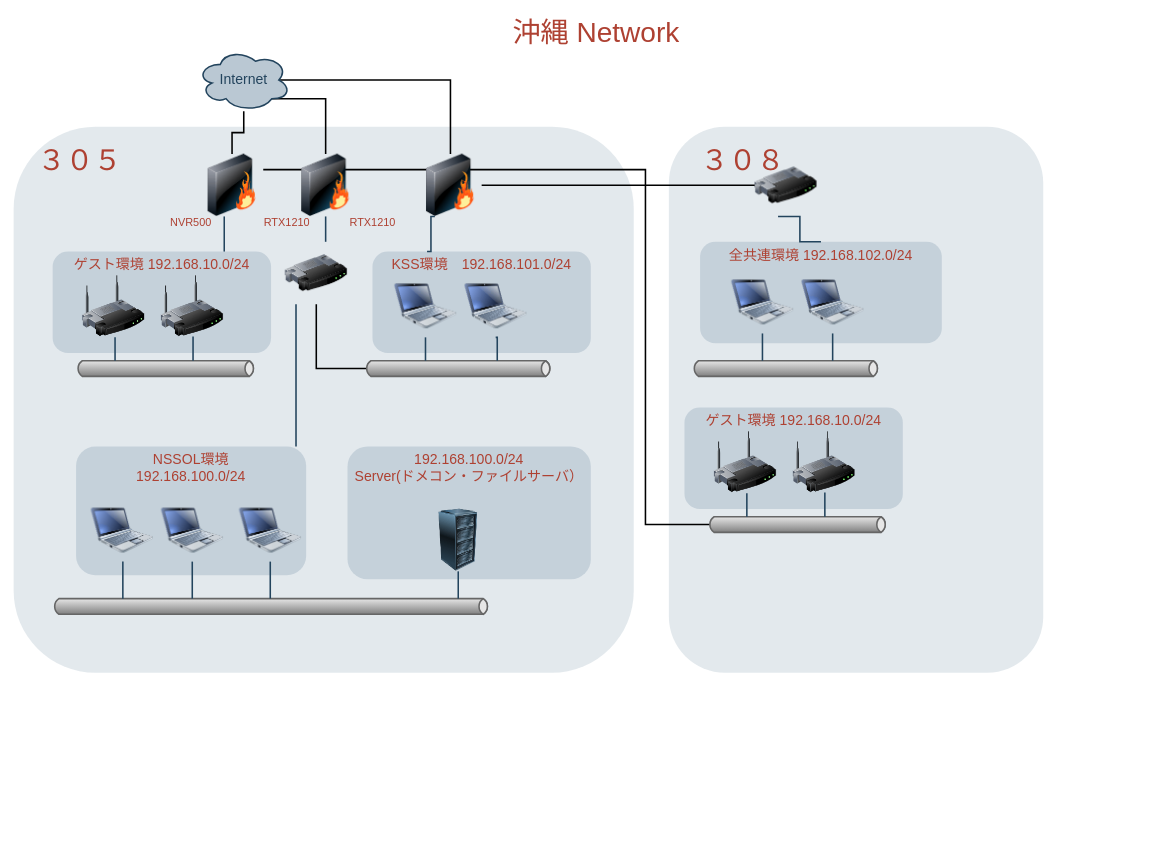
The draw.io diagram 0610Study/Untitled Diagram.drawio in oomorimotohiro/study-4, before the edit. Source tidied: cells renumbered, new cells numbered last; positions are measured from the earlier drawing's top-left corner, leaving out a move shared by most shapes. Both pictures are drawn from the tidied source at 78%, with x=0, y=0 at pixel (13, 13).
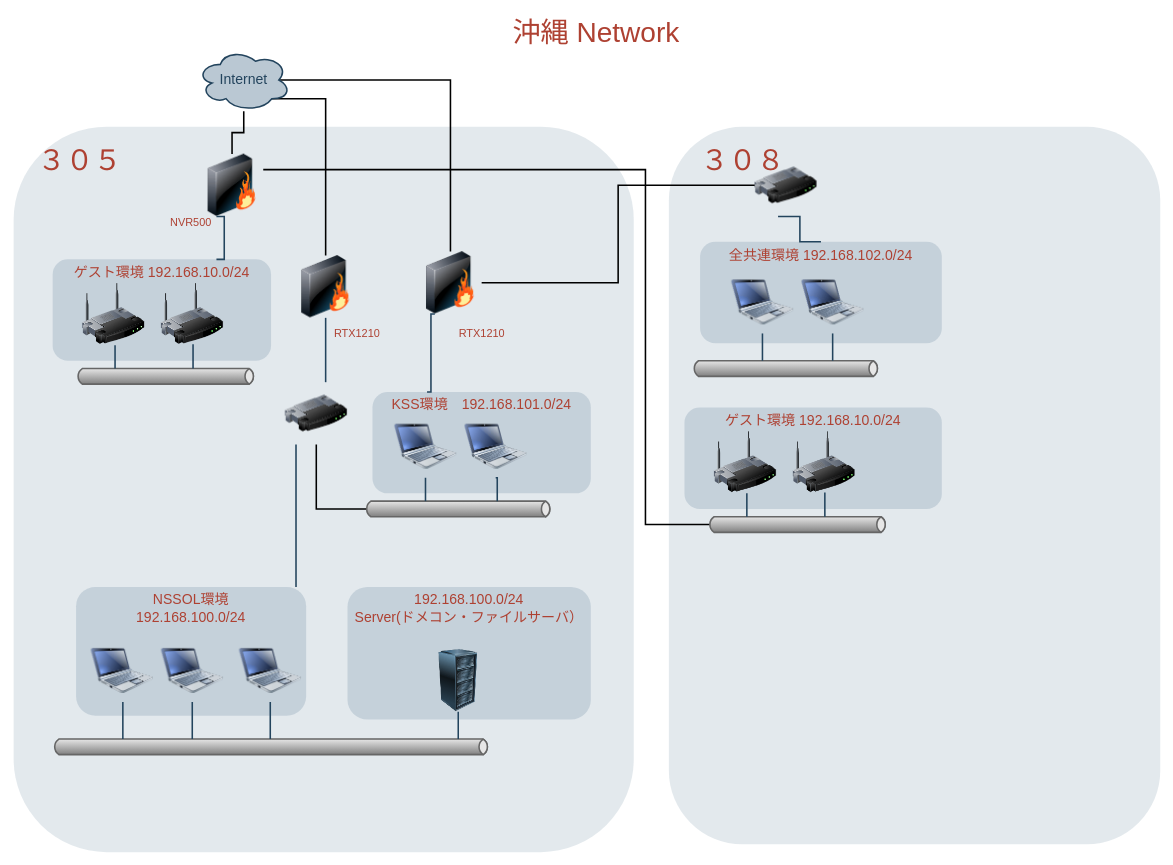
The same diagram, later.

Unchanged cells that the change refers to:
```xml
<mxCell id="20" style="image;html=1;image=img/lib/clip_art/networking/Firewall_128x128.png;shadow=0;strokeColor=#000000;fillColor=#FFFFFF;gradientColor=none;fontSize=18;fontColor=#F08705;fontStyle=0;" parent="1" vertex="1">
  <mxGeometry x="240" y="180" width="80" height="80" as="geometry" />
</mxCell>
```

Change to the diagram source:
```diff
@@
     <mxCell id="2" style="rounded=1;whiteSpace=wrap;html=1;shadow=0;strokeColor=none;fillColor=#BAC8D3;gradientColor=none;fontSize=18;fontColor=#F08705;opacity=40;fontStyle=0;strokeWidth=3;" parent="1" vertex="1">
-      <mxGeometry y="145" width="795" height="700" as="geometry" />
+      <mxGeometry y="145" width="795" height="930" as="geometry" />
     </mxCell>
     <mxCell id="3" value="&lt;span style=&quot;line-height: 17.1818180084229px&quot;&gt;ゲスト環境 192.168.10.0/24&lt;/span&gt;" style="rounded=1;whiteSpace=wrap;html=1;shadow=0;strokeColor=none;fillColor=#BAC8D3;gradientColor=none;fontSize=18;fontColor=#AE4132;verticalAlign=top;fontStyle=0;opacity=70;strokeWidth=3;" parent="1" vertex="1">
-      <mxGeometry x="50" y="305" width="280" height="130" as="geometry" />
+      <mxGeometry x="50" y="315" width="280" height="130" as="geometry" />
     </mxCell>
     <mxCell id="4" value="&lt;span style=&quot;line-height: 17.1818180084229px&quot;&gt;NSSOL環境&lt;br&gt;192.168.100.0/24&lt;br&gt;&lt;/span&gt;" style="rounded=1;whiteSpace=wrap;html=1;shadow=0;strokeColor=none;fillColor=#BAC8D3;gradientColor=none;fontSize=18;fontColor=#AE4132;verticalAlign=top;fontStyle=0;opacity=70;strokeWidth=3;" parent="1" vertex="1">
-      <mxGeometry x="80" y="555" width="295" height="165" as="geometry" />
+      <mxGeometry x="80" y="735" width="295" height="165" as="geometry" />
     </mxCell>
     <mxCell id="5" value="192.168.100.0/24&lt;br&gt;Server(ドメコン・ファイルサーバ）" style="rounded=1;whiteSpace=wrap;html=1;shadow=0;strokeColor=none;fillColor=#BAC8D3;gradientColor=none;fontSize=18;fontColor=#AE4132;verticalAlign=top;fontStyle=0;opacity=70;strokeWidth=3;" parent="1" vertex="1">
-      <mxGeometry x="428" y="555" width="312" height="170" as="geometry" />
+      <mxGeometry x="428" y="735" width="312" height="170" as="geometry" />
     </mxCell>
     <mxCell id="6" style="rounded=1;whiteSpace=wrap;html=1;shadow=0;strokeColor=none;fillColor=#BAC8D3;gradientColor=none;fontSize=18;fontColor=#AE4132;verticalAlign=bottom;fontStyle=0;opacity=40;strokeWidth=3;" parent="1" vertex="1">
-      <mxGeometry x="840" y="145" width="480" height="700" as="geometry" />
+      <mxGeometry x="840" y="145" width="630" height="920" as="geometry" />
     </mxCell>
@@
     <mxCell id="11" style="image;html=1;image=img/lib/clip_art/computers/Netbook_128x128.png;shadow=0;strokeColor=#000000;fillColor=#FFFFFF;gradientColor=none;fontSize=18;fontColor=#F08705;fontStyle=0;" parent="1" vertex="1">
-      <mxGeometry x="99" y="622.5" width="80" height="80" as="geometry" />
+      <mxGeometry x="99" y="802.5" width="80" height="80" as="geometry" />
     </mxCell>
     <mxCell id="12" style="image;html=1;image=img/lib/clip_art/computers/Netbook_128x128.png;shadow=0;strokeColor=#000000;fillColor=#FFFFFF;gradientColor=none;fontSize=18;fontColor=#F08705;fontStyle=0;" parent="1" vertex="1">
-      <mxGeometry x="189" y="622.5" width="80" height="80" as="geometry" />
+      <mxGeometry x="189" y="802.5" width="80" height="80" as="geometry" />
     </mxCell>
     <mxCell id="13" style="image;html=1;image=img/lib/clip_art/computers/Netbook_128x128.png;shadow=0;strokeColor=#000000;fillColor=#FFFFFF;gradientColor=none;fontSize=18;fontColor=#F08705;fontStyle=0;" parent="1" vertex="1">
-      <mxGeometry x="289" y="622.5" width="80" height="80" as="geometry" />
+      <mxGeometry x="289" y="802.5" width="80" height="80" as="geometry" />
     </mxCell>
     <mxCell id="14" style="image;html=1;image=img/lib/clip_art/computers/Server_Rack_128x128.png;shadow=0;strokeColor=#000000;fillColor=#FFFFFF;gradientColor=none;fontSize=18;fontColor=#F08705;fontStyle=0;" parent="1" vertex="1">
-      <mxGeometry x="530" y="635" width="80" height="80" as="geometry" />
+      <mxGeometry x="530" y="815" width="80" height="80" as="geometry" />
     </mxCell>
     <mxCell id="15" style="strokeWidth=2;strokeColor=#666666;dashed=0;align=center;html=1;fontSize=8;shape=mxgraph.eip.messageChannel;shadow=0;fillColor=#FFFFFF;gradientColor=none;fontColor=#F08705;fontStyle=0;" parent="1" vertex="1">
-      <mxGeometry x="50" y="750" width="560" height="20" as="geometry" />
+      <mxGeometry x="50" y="930" width="560" height="20" as="geometry" />
     </mxCell>
     <mxCell id="16" style="image;html=1;image=img/lib/clip_art/networking/Router_128x128.png;shadow=0;strokeColor=#000000;fillColor=#FFFFFF;gradientColor=none;fontSize=18;fontColor=#F08705;fontStyle=0;" parent="1" vertex="1">
-      <mxGeometry x="348" y="292.5" width="80" height="80" as="geometry" />
+      <mxGeometry x="348" y="472.5" width="80" height="80" as="geometry" />
     </mxCell>
     <mxCell id="17" style="image;html=1;image=img/lib/clip_art/networking/Wireless_Router_128x128.png;shadow=0;strokeColor=#000000;fillColor=#FFFFFF;gradientColor=none;fontSize=18;fontColor=#F08705;fontStyle=0;" parent="1" vertex="1">
-      <mxGeometry x="88" y="335" width="80" height="80" as="geometry" />
+      <mxGeometry x="88" y="345" width="80" height="80" as="geometry" />
     </mxCell>
@@
     <mxCell id="31" style="image;html=1;image=img/lib/clip_art/networking/Firewall_128x128.png;shadow=0;strokeColor=#000000;fillColor=#FFFFFF;gradientColor=none;fontSize=18;fontColor=#F08705;fontStyle=0;" parent="1" vertex="1">
-      <mxGeometry x="520" y="180" width="80" height="80" as="geometry" />
+      <mxGeometry x="520" y="305" width="80" height="80" as="geometry" />
     </mxCell>
     <mxCell id="32" style="edgeStyle=elbowEdgeStyle;strokeWidth=2;rounded=0;endArrow=none;startArrow=none;startSize=10;endSize=10;dashed=0;html=1;strokeColor=#23445D;fontSize=18;fontColor=#F08705;startFill=0;endFill=0;fontStyle=0;" parent="1" edge="1" source="11" target="15">
       <mxGeometry relative="1" as="geometry">
         <Array as="points">
-          <mxPoint x="140" y="746" />
+          <mxPoint x="140" y="926" />
         </Array>
       </mxGeometry>
     </mxCell>
     <mxCell id="33" style="image;html=1;image=img/lib/clip_art/networking/Firewall_128x128.png;shadow=0;strokeColor=#000000;fillColor=#FFFFFF;gradientColor=none;fontSize=18;fontColor=#F08705;fontStyle=0;" parent="1" vertex="1">
-      <mxGeometry x="360" y="180" width="80" height="80" as="geometry" />
+      <mxGeometry x="360" y="310" width="80" height="80" as="geometry" />
     </mxCell>
     <mxCell id="34" style="image;html=1;image=img/lib/clip_art/networking/Wireless_Router_128x128.png;shadow=0;strokeColor=#000000;fillColor=#FFFFFF;gradientColor=none;fontSize=18;fontColor=#F08705;fontStyle=0;" parent="1" vertex="1">
-      <mxGeometry x="189" y="335" width="80" height="80" as="geometry" />
+      <mxGeometry x="189" y="345" width="80" height="80" as="geometry" />
     </mxCell>
-    <mxCell id="35" style="edgeStyle=elbowEdgeStyle;strokeWidth=2;rounded=0;endArrow=none;startArrow=none;startSize=10;endSize=10;dashed=0;html=1;strokeColor=#23445D;fontSize=18;fontColor=#F08705;startFill=0;endFill=0;fontStyle=0;" parent="1" edge="1" target="20">
+    <mxCell id="35" style="edgeStyle=elbowEdgeStyle;strokeWidth=2;rounded=0;endArrow=none;startArrow=none;startSize=10;endSize=10;dashed=0;html=1;strokeColor=#23445D;fontSize=18;fontColor=#F08705;startFill=0;endFill=0;fontStyle=0;entryX=0.75;entryY=0;entryDx=0;entryDy=0;exitX=0.25;exitY=1;exitDx=0;exitDy=0;" parent="1" edge="1" source="20" target="3">
       <mxGeometry relative="1" as="geometry">
-        <mxPoint x="270" y="305" as="sourcePoint" />
         <Array as="points">
           <mxPoint x="270" y="305" />
         </Array>
       </mxGeometry>
     </mxCell>
     <mxCell id="36" style="strokeWidth=2;strokeColor=#666666;dashed=0;align=center;html=1;fontSize=8;shape=mxgraph.eip.messageChannel;shadow=0;fillColor=#FFFFFF;gradientColor=none;fontColor=#F08705;fontStyle=0;" parent="1" vertex="1">
-      <mxGeometry x="80" y="445" width="230" height="20" as="geometry" />
+      <mxGeometry x="80" y="455" width="230" height="20" as="geometry" />
     </mxCell>
     <mxCell id="37" style="edgeStyle=elbowEdgeStyle;strokeWidth=2;rounded=0;endArrow=none;startArrow=none;startSize=10;endSize=10;dashed=0;html=1;strokeColor=#23445D;fontSize=18;fontColor=#F08705;startFill=0;endFill=0;fontStyle=0;" parent="1" edge="1" target="36">
       <mxGeometry relative="1" as="geometry">
-        <mxPoint x="130" y="415" as="sourcePoint" />
+        <mxPoint x="130" y="425" as="sourcePoint" />
         <Array as="points">
-          <mxPoint x="130" y="415" />
-          <mxPoint x="108.5" y="548.5" />
+          <mxPoint x="130" y="425" />
+          <mxPoint x="108.5" y="558.5" />
         </Array>
       </mxGeometry>
     </mxCell>
     <mxCell id="38" style="edgeStyle=elbowEdgeStyle;strokeWidth=2;rounded=0;endArrow=none;startArrow=none;startSize=10;endSize=10;dashed=0;html=1;strokeColor=#23445D;fontSize=18;fontColor=#F08705;startFill=0;endFill=0;fontStyle=0;exitX=0.5;exitY=1;exitDx=0;exitDy=0;entryX=0;entryY=0;entryDx=150;entryDy=0;entryPerimeter=0;" parent="1" edge="1" source="34" target="36">
       <mxGeometry relative="1" as="geometry">
         <Array as="points">
-          <mxPoint x="230" y="435" />
-          <mxPoint x="118.5" y="558.5" />
+          <mxPoint x="230" y="445" />
+          <mxPoint x="118.5" y="568.5" />
         </Array>
       </mxGeometry>
     </mxCell>
@@
     <mxCell id="40" value="RTX1210" style="text;html=1;strokeColor=none;fillColor=none;align=center;verticalAlign=middle;whiteSpace=wrap;overflow=hidden;shadow=0;fontSize=14;fontColor=#AE4132;fontStyle=0;" parent="1" vertex="1">
-      <mxGeometry x="310" y="242.5" width="81" height="50" as="geometry" />
+      <mxGeometry x="400" y="385" width="81" height="50" as="geometry" />
     </mxCell>
     <mxCell id="41" value="RTX1210" style="text;html=1;strokeColor=none;fillColor=none;align=center;verticalAlign=middle;whiteSpace=wrap;overflow=hidden;shadow=0;fontSize=14;fontColor=#AE4132;fontStyle=0;" parent="1" vertex="1">
-      <mxGeometry x="420" y="242.5" width="81" height="50" as="geometry" />
+      <mxGeometry x="559.5" y="385" width="81" height="50" as="geometry" />
     </mxCell>
@@
     <mxCell id="43" style="strokeWidth=2;strokeColor=#666666;dashed=0;align=center;html=1;fontSize=8;shape=mxgraph.eip.messageChannel;shadow=0;fillColor=#FFFFFF;gradientColor=none;fontColor=#F08705;fontStyle=0;" parent="1" vertex="1">
-      <mxGeometry x="450" y="445" width="240" height="20" as="geometry" />
+      <mxGeometry x="450" y="625" width="240" height="20" as="geometry" />
     </mxCell>
     <mxCell id="44" value="KSS環境　192.168.101.0/24" style="rounded=1;whiteSpace=wrap;html=1;shadow=0;strokeColor=none;fillColor=#BAC8D3;gradientColor=none;fontSize=18;fontColor=#AE4132;verticalAlign=top;fontStyle=0;opacity=70;strokeWidth=3;" parent="1" vertex="1">
-      <mxGeometry x="460" y="305" width="280" height="130" as="geometry" />
+      <mxGeometry x="460" y="485" width="280" height="130" as="geometry" />
     </mxCell>
     <mxCell id="45" style="image;html=1;image=img/lib/clip_art/computers/Netbook_128x128.png;shadow=0;strokeColor=#000000;fillColor=#FFFFFF;gradientColor=none;fontSize=18;fontColor=#F08705;fontStyle=0;" parent="1" vertex="1">
-      <mxGeometry x="488" y="335" width="80" height="80" as="geometry" />
+      <mxGeometry x="488" y="515" width="80" height="80" as="geometry" />
     </mxCell>
     <mxCell id="46" style="image;html=1;image=img/lib/clip_art/computers/Netbook_128x128.png;shadow=0;strokeColor=#000000;fillColor=#FFFFFF;gradientColor=none;fontSize=18;fontColor=#F08705;fontStyle=0;" parent="1" vertex="1">
-      <mxGeometry x="578" y="335" width="80" height="80" as="geometry" />
+      <mxGeometry x="578" y="515" width="80" height="80" as="geometry" />
     </mxCell>
     <mxCell id="47" style="edgeStyle=elbowEdgeStyle;strokeWidth=2;rounded=0;endArrow=none;startArrow=none;startSize=10;endSize=10;dashed=0;html=1;strokeColor=#23445D;fontSize=18;fontColor=#F08705;startFill=0;endFill=0;fontStyle=0;exitX=0.5;exitY=1;exitDx=0;exitDy=0;" parent="1" edge="1" source="45" target="43">
       <mxGeometry relative="1" as="geometry">
         <Array as="points">
-          <mxPoint x="528" y="435" />
-          <mxPoint x="118.5" y="558.5" />
+          <mxPoint x="528" y="615" />
+          <mxPoint x="118.5" y="738.5" />
         </Array>
       </mxGeometry>
     </mxCell>
     <mxCell id="48" style="edgeStyle=elbowEdgeStyle;strokeWidth=2;rounded=0;endArrow=none;startArrow=none;startSize=10;endSize=10;dashed=0;html=1;strokeColor=#23445D;fontSize=18;fontColor=#F08705;startFill=0;endFill=0;fontStyle=0;exitX=0.5;exitY=1;exitDx=0;exitDy=0;entryX=0;entryY=0;entryDx=170;entryDy=0;entryPerimeter=0;" parent="1" edge="1" source="46" target="43">
       <mxGeometry relative="1" as="geometry">
         <Array as="points">
-          <mxPoint x="620" y="435" />
-          <mxPoint x="128.5" y="568.5" />
+          <mxPoint x="620" y="615" />
+          <mxPoint x="128.5" y="748.5" />
         </Array>
       </mxGeometry>
     </mxCell>
@@
     <mxCell id="58" value="&lt;span style=&quot;line-height: 17.1818180084229px&quot;&gt;ゲスト環境&amp;nbsp;&lt;/span&gt;192.168.10.0/24" style="rounded=1;whiteSpace=wrap;html=1;shadow=0;strokeColor=none;fillColor=#BAC8D3;gradientColor=none;fontSize=18;fontColor=#AE4132;verticalAlign=top;fontStyle=0;opacity=70;strokeWidth=3;" parent="1" vertex="1">
-      <mxGeometry x="860" y="505" width="280" height="130" as="geometry" />
+      <mxGeometry x="860" y="505" width="330" height="130" as="geometry" />
     </mxCell>
```
